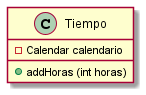
Above: diagrams/classes/Entrega2/claseTiempo.png in alexguttlein/TP2-CarmenSandiego (PlantUML), before the change. Its diagram source:
```plantuml
@startuml

class Tiempo{
    - Calendar calendario

    + addHoras (int horas)
}

@enduml
```
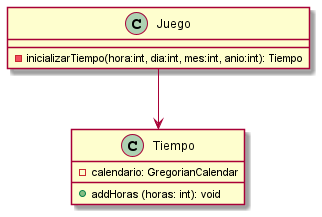
The same file after the commit.

Change to the diagram source:
```diff
@@ -1,9 +1,15 @@
 @startuml
 
-class Tiempo{
-    - Calendar calendario
-
-    + addHoras (int horas)
+class Juego{
+    - inicializarTiempo(hora:int, dia:int, mes:int, anio:int): Tiempo
 }
 
+class Tiempo{
+    - calendario: GregorianCalendar
+
+    + addHoras (horas: int): void
+}
+
+Juego -down-> Tiempo
+
 @enduml
```
